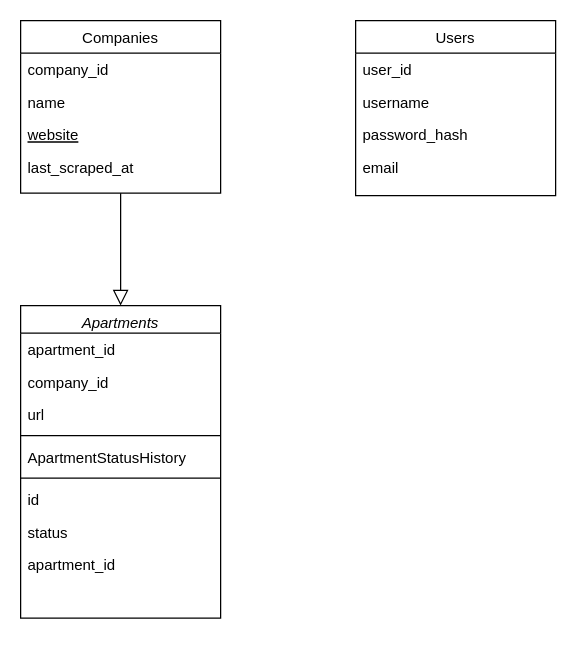
This is docs/img/mongodb_schema.drawio from danyambuehl/ITCNE23-SEM-Ill, a draw.io file, before an edit. Source tidied: cells renumbered, new cells numbered last; positions are measured from the earlier drawing's top-left corner, leaving out a move shared by most shapes. Both pictures are drawn from the tidied source at 125%, with x=0, y=0 at pixel (20, 20).
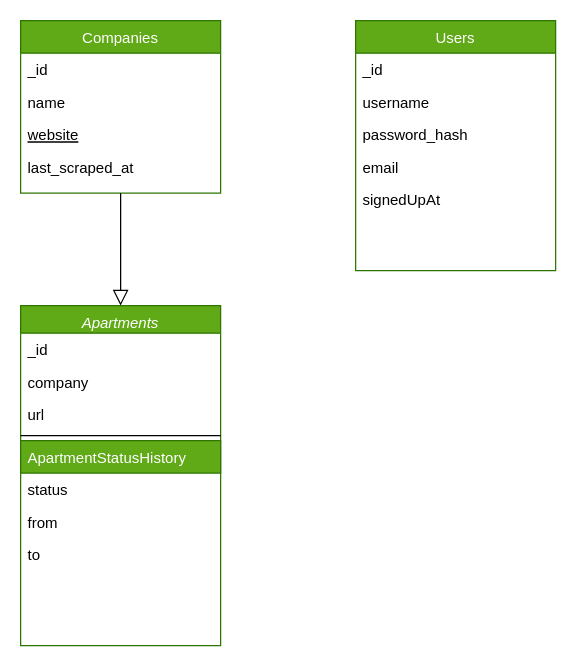
After the change.

Diff of the diagram source:
```diff
@@
-    <mxCell id="2" value="Apartments" style="swimlane;fontStyle=2;align=center;verticalAlign=top;horizontal=1;startSize=22;rounded=0;shadow=0;strokeWidth=1;" parent="1" vertex="1">
-      <mxGeometry y="228" width="160" height="250" as="geometry" />
+    <mxCell id="2" value="Apartments" style="swimlane;fontStyle=2;align=center;verticalAlign=top;horizontal=1;startSize=22;rounded=0;shadow=0;strokeWidth=1;fillColor=#60a917;fontColor=#ffffff;strokeColor=#2D7600;" parent="1" vertex="1">
+      <mxGeometry y="228" width="160" height="272" as="geometry" />
     </mxCell>
-    <mxCell id="3" value="apartment_id" style="text;align=left;verticalAlign=top;spacingLeft=4;spacingRight=4;overflow=hidden;" parent="2" vertex="1">
+    <mxCell id="3" value="_id" style="text;align=left;verticalAlign=top;spacingLeft=4;spacingRight=4;overflow=hidden;" parent="2" vertex="1">
       <mxGeometry y="22" width="160" height="26" as="geometry" />
     </mxCell>
-    <mxCell id="4" value="company_id" style="text;align=left;verticalAlign=top;spacingLeft=4;spacingRight=4;overflow=hidden;rounded=0;shadow=0;html=0;" parent="2" vertex="1">
+    <mxCell id="4" value="company" style="text;align=left;verticalAlign=top;spacingLeft=4;spacingRight=4;overflow=hidden;rounded=0;shadow=0;html=0;" parent="2" vertex="1">
       <mxGeometry y="48" width="160" height="26" as="geometry" />
     </mxCell>
@@
-    <mxCell id="7" value="ApartmentStatusHistory    " style="text;align=left;verticalAlign=top;spacingLeft=4;spacingRight=4;overflow=hidden;" parent="2" vertex="1">
+    <mxCell id="7" value="ApartmentStatusHistory    " style="text;align=left;verticalAlign=top;spacingLeft=4;spacingRight=4;overflow=hidden;fillColor=#60a917;fontColor=#ffffff;strokeColor=#2D7600;" parent="2" vertex="1">
       <mxGeometry y="108" width="160" height="26" as="geometry" />
     </mxCell>
-    <mxCell id="8" style="line;html=1;strokeWidth=1;align=left;verticalAlign=middle;spacingTop=-1;spacingLeft=3;spacingRight=3;labelPosition=right;" parent="2" vertex="1">
-      <mxGeometry y="134" width="160" height="8" as="geometry" />
-    </mxCell>
+    <mxCell id="10" value="status" style="text;align=left;verticalAlign=top;spacingLeft=4;spacingRight=4;overflow=hidden;" parent="2" vertex="1">
+      <mxGeometry y="134" width="160" height="26" as="geometry" />
+    </mxCell>
-    <mxCell id="9" value="id" style="text;align=left;verticalAlign=top;spacingLeft=4;spacingRight=4;overflow=hidden;" parent="2" vertex="1">
-      <mxGeometry y="142" width="160" height="26" as="geometry" />
+    <mxCell id="9" value="from" style="text;align=left;verticalAlign=top;spacingLeft=4;spacingRight=4;overflow=hidden;" parent="2" vertex="1">
+      <mxGeometry y="160" width="160" height="26" as="geometry" />
     </mxCell>
-    <mxCell id="10" value="status" style="text;align=left;verticalAlign=top;spacingLeft=4;spacingRight=4;overflow=hidden;" parent="2" vertex="1">
-      <mxGeometry y="168" width="160" height="26" as="geometry" />
-    </mxCell>
-    <mxCell id="11" value="apartment_id" style="text;align=left;verticalAlign=top;spacingLeft=4;spacingRight=4;overflow=hidden;" parent="2" vertex="1">
-      <mxGeometry y="194" width="160" height="26" as="geometry" />
+    <mxCell id="11" value="to" style="text;align=left;verticalAlign=top;spacingLeft=4;spacingRight=4;overflow=hidden;" parent="2" vertex="1">
+      <mxGeometry y="186" width="160" height="26" as="geometry" />
     </mxCell>
-    <mxCell id="12" value="Companies" style="swimlane;fontStyle=0;align=center;verticalAlign=top;horizontal=1;startSize=26;rounded=0;shadow=0;strokeWidth=1;" parent="1" vertex="1">
+    <mxCell id="12" value="Companies" style="swimlane;fontStyle=0;align=center;verticalAlign=top;horizontal=1;startSize=26;rounded=0;shadow=0;strokeWidth=1;fillColor=#60a917;fontColor=#ffffff;strokeColor=#2D7600;" parent="1" vertex="1">
       <mxGeometry width="160" height="138" as="geometry" />
     </mxCell>
-    <mxCell id="13" value="company_id" style="text;align=left;verticalAlign=top;spacingLeft=4;spacingRight=4;overflow=hidden;" parent="12" vertex="1">
+    <mxCell id="13" value="_id" style="text;align=left;verticalAlign=top;spacingLeft=4;spacingRight=4;overflow=hidden;" parent="12" vertex="1">
       <mxGeometry y="26" width="160" height="26" as="geometry" />
     </mxCell>
@@
-    <mxCell id="18" value="Users" style="swimlane;fontStyle=0;align=center;verticalAlign=top;horizontal=1;startSize=26;rounded=0;shadow=0;strokeWidth=1;" parent="1" vertex="1">
-      <mxGeometry x="268" width="160" height="140" as="geometry" />
+    <mxCell id="18" value="Users" style="swimlane;fontStyle=0;align=center;verticalAlign=top;horizontal=1;startSize=26;rounded=0;shadow=0;strokeWidth=1;fillColor=#60a917;fontColor=#ffffff;strokeColor=#2D7600;" parent="1" vertex="1">
+      <mxGeometry x="268" width="160" height="200" as="geometry" />
     </mxCell>
-    <mxCell id="19" value="user_id" style="text;align=left;verticalAlign=top;spacingLeft=4;spacingRight=4;overflow=hidden;" parent="18" vertex="1">
+    <mxCell id="19" value="_id" style="text;align=left;verticalAlign=top;spacingLeft=4;spacingRight=4;overflow=hidden;" parent="18" vertex="1">
       <mxGeometry y="26" width="160" height="26" as="geometry" />
     </mxCell>
@@
+    <mxCell id="23" value="signedUpAt" style="text;align=left;verticalAlign=top;spacingLeft=4;spacingRight=4;overflow=hidden;rounded=0;shadow=0;html=0;" parent="18" vertex="1">
+      <mxGeometry y="130" width="160" height="26" as="geometry" />
+    </mxCell>
```
